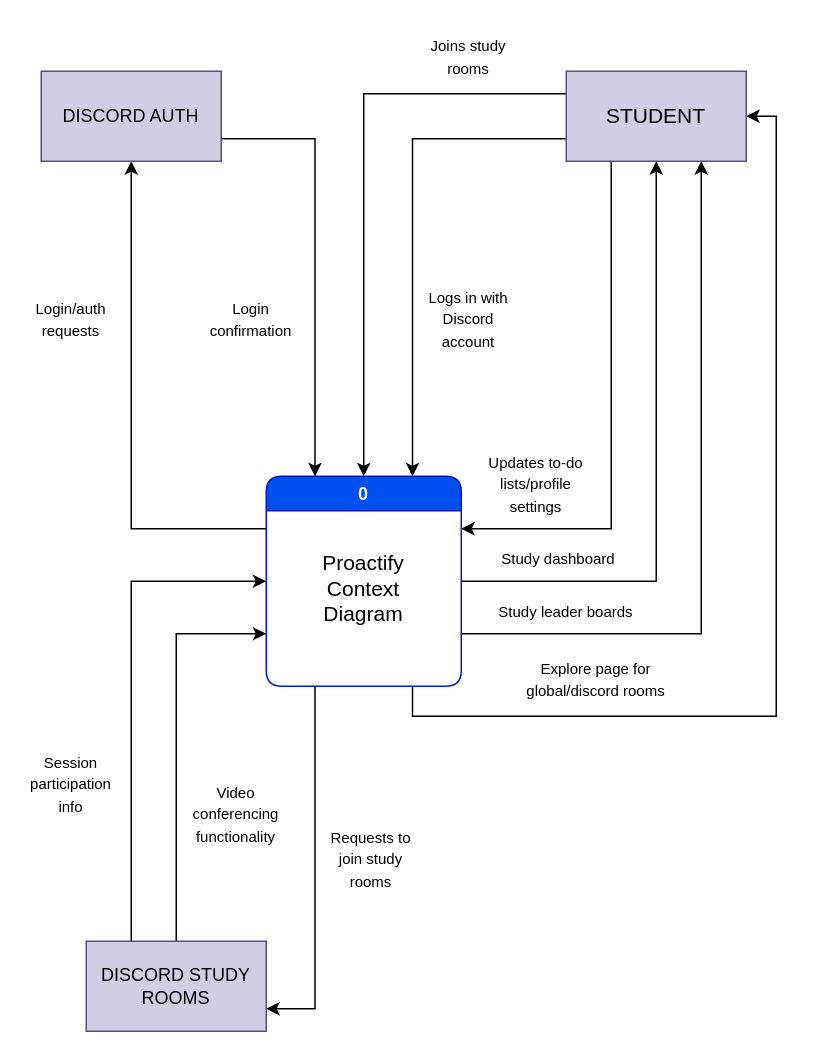
The draw.io diagram Proactify Context Diagram.drawio in gordonn/proactify-study, before the edit. Source tidied: cells renumbered, new cells numbered last; positions are measured from the earlier drawing's top-left corner, leaving out a move shared by most shapes. Both pictures are drawn from the tidied source at 150%, with x=0, y=0 at pixel (26, 26).
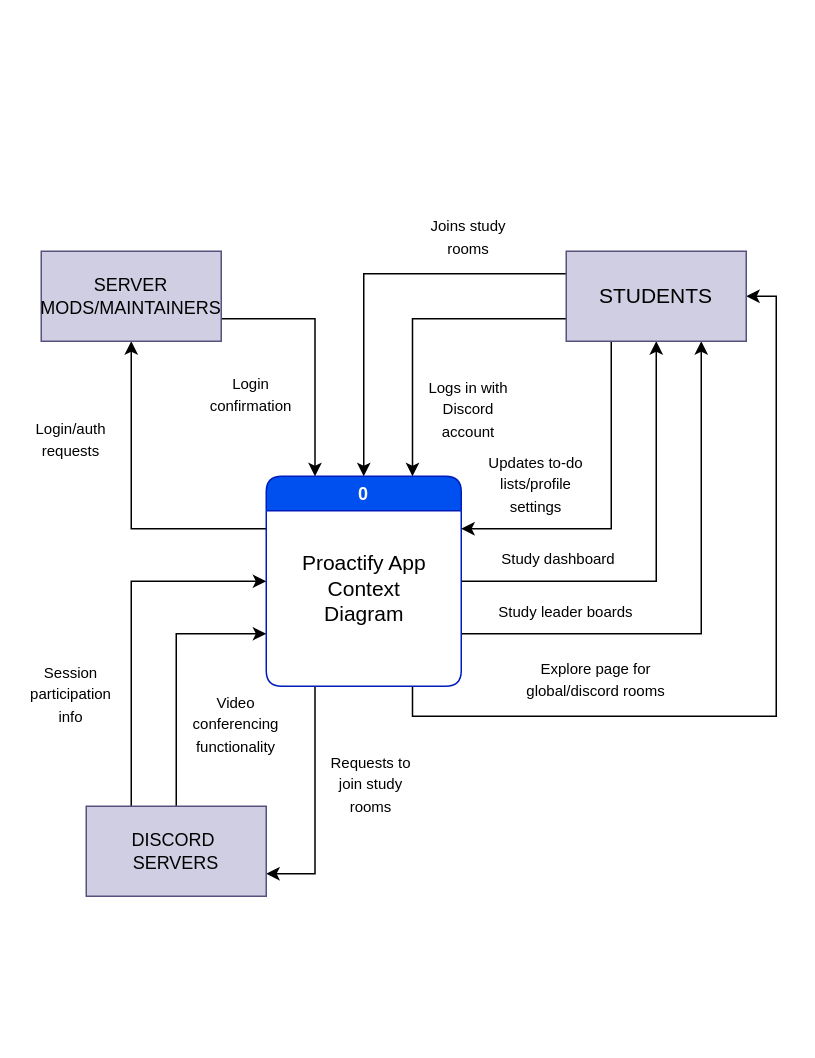
The same page after the edit.

The change refers to these unchanged cells:
```xml
<mxCell id="7" value="&lt;div&gt;0&lt;/div&gt;" style="swimlane;whiteSpace=wrap;html=1;rounded=1;fillColor=#0050ef;strokeColor=#001DBC;fontColor=#ffffff;" parent="1" vertex="1">
  <mxGeometry x="160" y="300" width="130" height="140" as="geometry" />
</mxCell>
```

The edit, as a diff of the source:
```diff
@@
-    <mxCell id="8" value="&lt;font style=&quot;font-size: 14px;&quot;&gt;Proactify Context Diagram&lt;/font&gt;" style="text;html=1;whiteSpace=wrap;strokeColor=none;fillColor=none;align=center;verticalAlign=middle;rounded=0;" parent="7" vertex="1">
-      <mxGeometry x="35" y="60" width="60" height="30" as="geometry" />
+    <mxCell id="8" value="&lt;font style=&quot;font-size: 14px;&quot;&gt;Proactify App Context Diagram&lt;/font&gt;" style="text;html=1;whiteSpace=wrap;strokeColor=none;fillColor=none;align=center;verticalAlign=middle;rounded=0;" parent="7" vertex="1">
+      <mxGeometry x="22.5" y="60" width="85" height="30" as="geometry" />
     </mxCell>
@@
-    <mxCell id="12" value="&lt;font style=&quot;font-size: 14px;&quot;&gt;STUDENT&lt;/font&gt;" style="rounded=0;whiteSpace=wrap;html=1;fillColor=#d0cee2;strokeColor=#56517e;" parent="1" vertex="1">
-      <mxGeometry x="360" y="30" width="120" height="60" as="geometry" />
+    <mxCell id="12" value="&lt;font style=&quot;font-size: 14px;&quot;&gt;STUDENTS&lt;/font&gt;" style="rounded=0;whiteSpace=wrap;html=1;fillColor=#d0cee2;strokeColor=#56517e;" parent="1" vertex="1">
+      <mxGeometry x="360" y="150" width="120" height="60" as="geometry" />
     </mxCell>
@@
-    <mxCell id="14" value="DISCORD AUTH" style="rounded=0;whiteSpace=wrap;html=1;fillColor=#d0cee2;strokeColor=#56517e;" parent="1" vertex="1">
-      <mxGeometry x="10" y="30" width="120" height="60" as="geometry" />
+    <mxCell id="14" value="SERVER MODS/MAINTAINERS" style="rounded=0;whiteSpace=wrap;html=1;fillColor=#d0cee2;strokeColor=#56517e;" parent="1" vertex="1">
+      <mxGeometry x="10" y="150" width="120" height="60" as="geometry" />
     </mxCell>
@@
-    <mxCell id="17" value="DISCORD STUDY ROOMS" style="rounded=0;whiteSpace=wrap;html=1;fillColor=#d0cee2;strokeColor=#56517e;" parent="1" vertex="1">
-      <mxGeometry x="40" y="610" width="120" height="60" as="geometry" />
+    <mxCell id="17" value="&lt;div&gt;DISCORD&amp;nbsp;&lt;/div&gt;&lt;div&gt;SERVERS&lt;/div&gt;" style="rounded=0;whiteSpace=wrap;html=1;fillColor=#d0cee2;strokeColor=#56517e;" parent="1" vertex="1">
+      <mxGeometry x="40" y="520" width="120" height="60" as="geometry" />
     </mxCell>
@@
     <mxCell id="19" value="&lt;font style=&quot;font-size: 10px;&quot;&gt;Joins study rooms&lt;/font&gt;" style="text;html=1;whiteSpace=wrap;strokeColor=none;fillColor=none;align=center;verticalAlign=middle;rounded=0;" parent="1" vertex="1">
-      <mxGeometry x="260" width="70" height="40" as="geometry" />
+      <mxGeometry x="260" y="120" width="70" height="40" as="geometry" />
     </mxCell>
     <mxCell id="20" value="&lt;font style=&quot;font-size: 10px;&quot;&gt;Logs in with Discord account&lt;/font&gt;" style="text;html=1;whiteSpace=wrap;strokeColor=none;fillColor=none;align=center;verticalAlign=middle;rounded=0;" parent="1" vertex="1">
-      <mxGeometry x="265" y="170" width="60" height="50" as="geometry" />
+      <mxGeometry x="265" y="230" width="60" height="50" as="geometry" />
     </mxCell>
@@
     <mxCell id="24" value="&lt;font style=&quot;font-size: 10px;&quot;&gt;Login/auth requests&lt;/font&gt;" style="text;html=1;whiteSpace=wrap;strokeColor=none;fillColor=none;align=center;verticalAlign=middle;rounded=0;" parent="1" vertex="1">
-      <mxGeometry y="170" width="60" height="50" as="geometry" />
+      <mxGeometry y="250" width="60" height="50" as="geometry" />
     </mxCell>
     <mxCell id="25" value="&lt;font style=&quot;font-size: 10px;&quot;&gt;Login confirmation&lt;/font&gt;" style="text;html=1;whiteSpace=wrap;strokeColor=none;fillColor=none;align=center;verticalAlign=middle;rounded=0;" parent="1" vertex="1">
-      <mxGeometry x="120" y="170" width="60" height="50" as="geometry" />
+      <mxGeometry x="120" y="220" width="60" height="50" as="geometry" />
     </mxCell>
     <mxCell id="26" value="&lt;font style=&quot;font-size: 10px;&quot;&gt;Requests to join study rooms&lt;/font&gt;" style="text;html=1;whiteSpace=wrap;strokeColor=none;fillColor=none;align=center;verticalAlign=middle;rounded=0;" parent="1" vertex="1">
-      <mxGeometry x="200" y="530" width="60" height="50" as="geometry" />
+      <mxGeometry x="200" y="480" width="60" height="50" as="geometry" />
     </mxCell>
     <mxCell id="27" value="&lt;font style=&quot;font-size: 10px;&quot;&gt;Video conferencing functionality&lt;/font&gt;" style="text;html=1;whiteSpace=wrap;strokeColor=none;fillColor=none;align=center;verticalAlign=middle;rounded=0;" parent="1" vertex="1">
-      <mxGeometry x="110" y="500" width="60" height="50" as="geometry" />
+      <mxGeometry x="110" y="440" width="60" height="50" as="geometry" />
     </mxCell>
     <mxCell id="28" value="&lt;font style=&quot;font-size: 10px;&quot;&gt;Session participation info&lt;/font&gt;" style="text;html=1;whiteSpace=wrap;strokeColor=none;fillColor=none;align=center;verticalAlign=middle;rounded=0;" parent="1" vertex="1">
-      <mxGeometry y="480" width="60" height="50" as="geometry" />
+      <mxGeometry y="420" width="60" height="50" as="geometry" />
     </mxCell>
```
